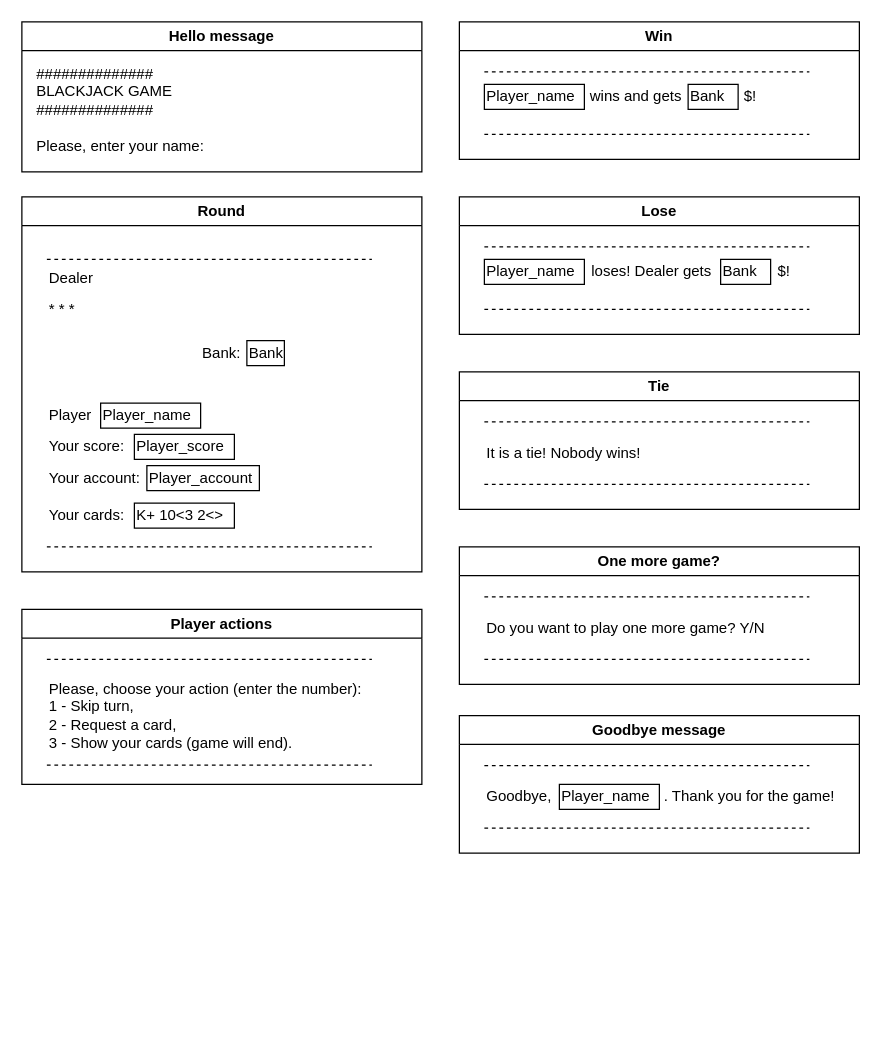
Earlier version of the draw.io diagram Diagrams/Interface_templates.drawio (PrimusInterPares/BlackJack-game). Source tidied: cells renumbered, new cells numbered last; positions are measured from the earlier drawing's top-left corner, leaving out a move shared by most shapes. Both pictures are drawn from the tidied source at 125%, with x=0, y=0 at pixel (21, 21).
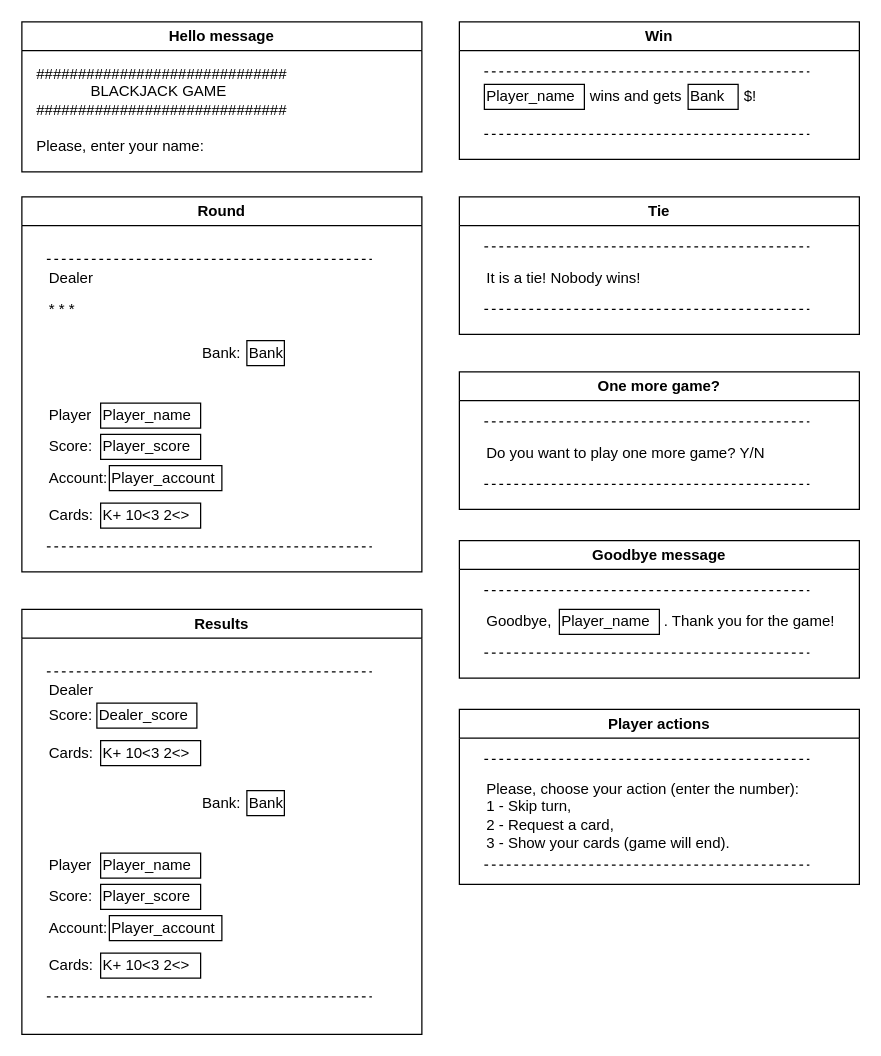
The same page after the edit.

Unchanged cells that the change refers to:
```xml
<mxCell id="2" value="Round" style="swimlane;whiteSpace=wrap;html=1;" parent="1" vertex="1">
  <mxGeometry y="140" width="320" height="300" as="geometry" />
</mxCell>
<mxCell id="49" value="Hello message" style="swimlane;whiteSpace=wrap;html=1;" parent="1" vertex="1">
  <mxGeometry width="320" height="120" as="geometry" />
</mxCell>
```

Diff of the diagram source:
```diff
@@
     <mxCell id="5" value="Player_score" style="whiteSpace=wrap;html=1;align=left;" parent="2" vertex="1">
-      <mxGeometry x="90" y="190" width="80" height="20" as="geometry" />
+      <mxGeometry x="63" y="190" width="80" height="20" as="geometry" />
     </mxCell>
     <mxCell id="6" value="K+ 10&amp;lt;3 2&amp;lt;&amp;gt;" style="rounded=0;whiteSpace=wrap;html=1;align=left;" parent="2" vertex="1">
-      <mxGeometry x="90" y="245" width="80" height="20" as="geometry" />
+      <mxGeometry x="63" y="245" width="80" height="20" as="geometry" />
     </mxCell>
@@
-    <mxCell id="8" value="Your score:" style="text;html=1;strokeColor=none;fillColor=none;align=left;verticalAlign=middle;whiteSpace=wrap;rounded=0;" parent="2" vertex="1">
-      <mxGeometry x="20" y="185" width="70" height="30" as="geometry" />
+    <mxCell id="8" value="Score:" style="text;html=1;strokeColor=none;fillColor=none;align=left;verticalAlign=middle;whiteSpace=wrap;rounded=0;" parent="2" vertex="1">
+      <mxGeometry x="20" y="185" width="40" height="30" as="geometry" />
     </mxCell>
-    <mxCell id="9" value="Your account:" style="text;html=1;strokeColor=none;fillColor=none;align=left;verticalAlign=middle;whiteSpace=wrap;rounded=0;" parent="2" vertex="1">
-      <mxGeometry x="20" y="210" width="80" height="30" as="geometry" />
+    <mxCell id="9" value="Account:" style="text;html=1;strokeColor=none;fillColor=none;align=left;verticalAlign=middle;whiteSpace=wrap;rounded=0;" parent="2" vertex="1">
+      <mxGeometry x="20" y="210" width="50" height="30" as="geometry" />
     </mxCell>
     <mxCell id="10" value="Player_account" style="whiteSpace=wrap;html=1;align=left;" parent="2" vertex="1">
-      <mxGeometry x="100" y="215" width="90" height="20" as="geometry" />
+      <mxGeometry x="70" y="215" width="90" height="20" as="geometry" />
     </mxCell>
-    <mxCell id="11" value="Your cards:" style="text;html=1;strokeColor=none;fillColor=none;align=left;verticalAlign=middle;whiteSpace=wrap;rounded=0;" parent="2" vertex="1">
-      <mxGeometry x="20" y="240" width="70" height="30" as="geometry" />
+    <mxCell id="11" value="Cards:" style="text;html=1;strokeColor=none;fillColor=none;align=left;verticalAlign=middle;whiteSpace=wrap;rounded=0;" parent="2" vertex="1">
+      <mxGeometry x="20" y="240" width="50" height="30" as="geometry" />
     </mxCell>
@@
-    <mxCell id="24" value="Lose" style="swimlane;whiteSpace=wrap;html=1;" parent="1" vertex="1">
-      <mxGeometry x="350" y="140" width="320" height="110" as="geometry" />
-    </mxCell>
-    <mxCell id="25" style="endArrow=none;dashed=1;html=1;rounded=0;" parent="24" edge="1">
-      <mxGeometry relative="1" as="geometry">
-        <mxPoint x="20" y="40" as="sourcePoint" />
-        <mxPoint x="280" y="40" as="targetPoint" />
-      </mxGeometry>
-    </mxCell>
-    <mxCell id="26" style="endArrow=none;dashed=1;html=1;rounded=0;" parent="24" edge="1">
-      <mxGeometry relative="1" as="geometry">
-        <mxPoint x="20" y="90" as="sourcePoint" />
-        <mxPoint x="280" y="90" as="targetPoint" />
-      </mxGeometry>
-    </mxCell>
-    <mxCell id="27" value="Player_name" style="whiteSpace=wrap;html=1;align=left;" parent="24" vertex="1">
-      <mxGeometry x="20" y="50" width="80" height="20" as="geometry" />
-    </mxCell>
-    <mxCell id="28" value="loses! Dealer gets" style="text;html=1;strokeColor=none;fillColor=none;align=center;verticalAlign=middle;whiteSpace=wrap;rounded=0;" parent="24" vertex="1">
-      <mxGeometry x="104" y="45" width="100" height="30" as="geometry" />
-    </mxCell>
-    <mxCell id="29" value="Bank" style="whiteSpace=wrap;html=1;align=left;" parent="24" vertex="1">
-      <mxGeometry x="209" y="50" width="40" height="20" as="geometry" />
-    </mxCell>
-    <mxCell id="30" value="$!" style="text;html=1;strokeColor=none;fillColor=none;align=center;verticalAlign=middle;whiteSpace=wrap;rounded=0;" parent="24" vertex="1">
-      <mxGeometry x="250" y="45" width="20" height="30" as="geometry" />
-    </mxCell>
     <mxCell id="31" value="Tie" style="swimlane;whiteSpace=wrap;html=1;" parent="1" vertex="1">
-      <mxGeometry x="350" y="280" width="320" height="110" as="geometry" />
+      <mxGeometry x="350" y="140" width="320" height="110" as="geometry" />
     </mxCell>
@@
     <mxCell id="35" value="One more game?" style="swimlane;whiteSpace=wrap;html=1;" parent="1" vertex="1">
-      <mxGeometry x="350" y="420" width="320" height="110" as="geometry" />
+      <mxGeometry x="350" y="280" width="320" height="110" as="geometry" />
     </mxCell>
@@
     <mxCell id="39" value="Goodbye message" style="swimlane;whiteSpace=wrap;html=1;" parent="1" vertex="1">
-      <mxGeometry x="350" y="555" width="320" height="110" as="geometry" />
+      <mxGeometry x="350" y="415" width="320" height="110" as="geometry" />
     </mxCell>
@@
     <mxCell id="45" value="Player actions" style="swimlane;whiteSpace=wrap;html=1;" parent="1" vertex="1">
-      <mxGeometry y="470" width="320" height="140" as="geometry" />
+      <mxGeometry x="350" y="550" width="320" height="140" as="geometry" />
     </mxCell>
@@
-    <mxCell id="50" value="&lt;div&gt;&lt;span style=&quot;background-color: initial;&quot;&gt;##############&lt;/span&gt;&lt;/div&gt;&lt;div&gt;&lt;span style=&quot;background-color: initial;&quot;&gt;BLACKJACK GAME&lt;/span&gt;&lt;br&gt;&lt;/div&gt;&lt;div&gt;##############&lt;/div&gt;&lt;div&gt;&lt;br&gt;&lt;/div&gt;&lt;div&gt;Please, enter your name:&lt;/div&gt;" style="text;html=1;strokeColor=none;fillColor=none;align=left;verticalAlign=top;whiteSpace=wrap;rounded=0;" parent="49" vertex="1">
-      <mxGeometry x="10" y="27.5" width="170" height="65" as="geometry" />
+    <mxCell id="50" value="&lt;div&gt;&lt;span style=&quot;background-color: initial;&quot;&gt;##############################&lt;/span&gt;&lt;/div&gt;&lt;div&gt;&lt;span style=&quot;background-color: initial;&quot;&gt;&amp;nbsp; &amp;nbsp; &amp;nbsp; &amp;nbsp; &amp;nbsp; &amp;nbsp; &amp;nbsp;BLACKJACK GAME&lt;/span&gt;&lt;br&gt;&lt;/div&gt;&lt;div&gt;##############################&lt;/div&gt;&lt;div&gt;&lt;br&gt;&lt;/div&gt;&lt;div&gt;Please, enter your name:&lt;/div&gt;" style="text;html=1;strokeColor=none;fillColor=none;align=left;verticalAlign=top;whiteSpace=wrap;rounded=0;" parent="49" vertex="1">
+      <mxGeometry x="10" y="27.5" width="210" height="65" as="geometry" />
     </mxCell>
+    <mxCell id="51" value="Results" style="swimlane;whiteSpace=wrap;html=1;" parent="1" vertex="1">
+      <mxGeometry y="470" width="320" height="340" as="geometry" />
+    </mxCell>
+    <mxCell id="29" value="Bank" style="whiteSpace=wrap;html=1;align=left;" parent="51" vertex="1">
+      <mxGeometry x="180" y="145" width="30" height="20" as="geometry" />
+    </mxCell>
+    <mxCell id="27" value="Player_name" style="whiteSpace=wrap;html=1;align=left;" parent="51" vertex="1">
+      <mxGeometry x="63" y="195" width="80" height="20" as="geometry" />
+    </mxCell>
+    <mxCell id="52" value="Player_score" style="whiteSpace=wrap;html=1;align=left;" parent="51" vertex="1">
+      <mxGeometry x="63" y="220" width="80" height="20" as="geometry" />
+    </mxCell>
+    <mxCell id="53" value="K+ 10&amp;lt;3 2&amp;lt;&amp;gt;" style="rounded=0;whiteSpace=wrap;html=1;align=left;" parent="51" vertex="1">
+      <mxGeometry x="63" y="275" width="80" height="20" as="geometry" />
+    </mxCell>
+    <mxCell id="54" style="endArrow=none;dashed=1;html=1;rounded=0;" parent="51" edge="1">
+      <mxGeometry relative="1" as="geometry">
+        <mxPoint x="20" y="310" as="sourcePoint" />
+        <mxPoint x="280" y="310" as="targetPoint" />
+      </mxGeometry>
+    </mxCell>
+    <mxCell id="55" value="Score:" style="text;html=1;strokeColor=none;fillColor=none;align=left;verticalAlign=middle;whiteSpace=wrap;rounded=0;" parent="51" vertex="1">
+      <mxGeometry x="20" y="215" width="40" height="30" as="geometry" />
+    </mxCell>
+    <mxCell id="56" value="Account:" style="text;html=1;strokeColor=none;fillColor=none;align=left;verticalAlign=middle;whiteSpace=wrap;rounded=0;" parent="51" vertex="1">
+      <mxGeometry x="20" y="240" width="50" height="30" as="geometry" />
+    </mxCell>
+    <mxCell id="57" value="Player_account" style="whiteSpace=wrap;html=1;align=left;" parent="51" vertex="1">
+      <mxGeometry x="70" y="245" width="90" height="20" as="geometry" />
+    </mxCell>
+    <mxCell id="58" value="Cards:" style="text;html=1;strokeColor=none;fillColor=none;align=left;verticalAlign=middle;whiteSpace=wrap;rounded=0;" parent="51" vertex="1">
+      <mxGeometry x="20" y="270" width="50" height="30" as="geometry" />
+    </mxCell>
+    <mxCell id="59" value="Dealer" style="text;html=1;strokeColor=none;fillColor=none;align=left;verticalAlign=middle;whiteSpace=wrap;rounded=0;" parent="51" vertex="1">
+      <mxGeometry x="20" y="50" width="60" height="30" as="geometry" />
+    </mxCell>
+    <mxCell id="60" value="Bank:" style="text;html=1;strokeColor=none;fillColor=none;align=center;verticalAlign=middle;whiteSpace=wrap;rounded=0;" parent="51" vertex="1">
+      <mxGeometry x="130" y="140" width="60" height="30" as="geometry" />
+    </mxCell>
+    <mxCell id="61" value="Player" style="text;html=1;strokeColor=none;fillColor=none;align=left;verticalAlign=middle;whiteSpace=wrap;rounded=0;" parent="51" vertex="1">
+      <mxGeometry x="20" y="190" width="40" height="30" as="geometry" />
+    </mxCell>
+    <mxCell id="62" style="endArrow=none;dashed=1;html=1;rounded=0;" parent="51" edge="1">
+      <mxGeometry relative="1" as="geometry">
+        <mxPoint x="20" y="50" as="sourcePoint" />
+        <mxPoint x="280" y="50" as="targetPoint" />
+      </mxGeometry>
+    </mxCell>
+    <mxCell id="63" value="Cards:" style="text;html=1;strokeColor=none;fillColor=none;align=left;verticalAlign=middle;whiteSpace=wrap;rounded=0;" parent="51" vertex="1">
+      <mxGeometry x="20" y="100" width="50" height="30" as="geometry" />
+    </mxCell>
+    <mxCell id="64" value="K+ 10&amp;lt;3 2&amp;lt;&amp;gt;" style="rounded=0;whiteSpace=wrap;html=1;align=left;" parent="51" vertex="1">
+      <mxGeometry x="63" y="105" width="80" height="20" as="geometry" />
+    </mxCell>
+    <mxCell id="65" value="Score:" style="text;html=1;strokeColor=none;fillColor=none;align=left;verticalAlign=middle;whiteSpace=wrap;rounded=0;" parent="51" vertex="1">
+      <mxGeometry x="20" y="70" width="40" height="30" as="geometry" />
+    </mxCell>
+    <mxCell id="66" value="Dealer_score" style="whiteSpace=wrap;html=1;align=left;" parent="51" vertex="1">
+      <mxGeometry x="60" y="75" width="80" height="20" as="geometry" />
+    </mxCell>
```
